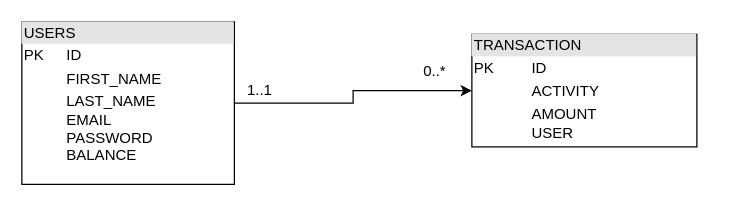
Above: assets/Banking App Database Design.drawio in gnikkoch96/Banking-Application (draw.io), before the change. Source tidied: cells renumbered, new cells numbered last; positions are measured from the earlier drawing's top-left corner, leaving out a move shared by most shapes. Both pictures are drawn from the tidied source at 125%, with x=0, y=0 at pixel (21, 21).
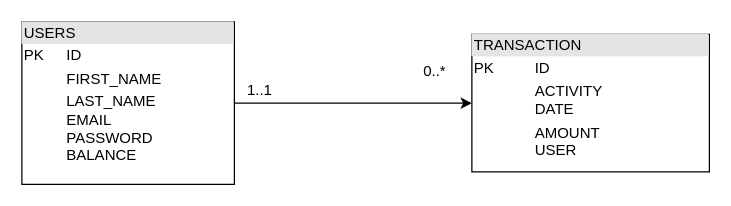
The same diagram, later.

What changed in the source:
```diff
@@
 <mxGraphModel>
   <root>
     <mxCell id="0" />
     <mxCell id="1" parent="0" />
     <mxCell id="2" style="edgeStyle=orthogonalEdgeStyle;rounded=0;jettySize=auto;html=1;entryX=0;entryY=0.5;entryDx=0;entryDy=0;" parent="1" edge="1" source="3" target="4">
       <mxGeometry relative="1" as="geometry" />
     </mxCell>
     <mxCell id="3" value="&lt;div style=&quot;box-sizing: border-box ; width: 100% ; background: #e4e4e4 ; padding: 2px&quot;&gt;USERS&lt;/div&gt;&lt;table style=&quot;width: 100% ; font-size: 1em&quot; cellpadding=&quot;2&quot; cellspacing=&quot;0&quot;&gt;&lt;tbody&gt;&lt;tr&gt;&lt;td&gt;PK&lt;/td&gt;&lt;td&gt;ID&lt;/td&gt;&lt;/tr&gt;&lt;tr&gt;&lt;td&gt;&lt;br&gt;&lt;/td&gt;&lt;td&gt;FIRST_NAME&lt;/td&gt;&lt;/tr&gt;&lt;tr&gt;&lt;td&gt;&lt;/td&gt;&lt;td&gt;LAST_NAME&lt;br&gt;EMAIL&lt;br&gt;PASSWORD&lt;br&gt;BALANCE&lt;br&gt;&lt;br&gt;&lt;/td&gt;&lt;/tr&gt;&lt;/tbody&gt;&lt;/table&gt;" style="verticalAlign=top;align=left;overflow=fill;html=1;" parent="1" vertex="1">
       <mxGeometry width="170" height="130" as="geometry" />
     </mxCell>
-    <mxCell id="4" value="&lt;div style=&quot;box-sizing: border-box ; width: 100% ; background: rgb(228 , 228 , 228) ; padding: 2px&quot;&gt;TRANSACTION&lt;/div&gt;&lt;table style=&quot;width: 100% ; font-size: 1em&quot; cellpadding=&quot;2&quot; cellspacing=&quot;0&quot;&gt;&lt;tbody&gt;&lt;tr&gt;&lt;td&gt;PK&lt;/td&gt;&lt;td&gt;ID&lt;/td&gt;&lt;/tr&gt;&lt;tr&gt;&lt;td&gt;&lt;br&gt;&lt;/td&gt;&lt;td&gt;ACTIVITY&lt;/td&gt;&lt;/tr&gt;&lt;tr&gt;&lt;td&gt;&lt;/td&gt;&lt;td&gt;AMOUNT&lt;br&gt;USER&lt;/td&gt;&lt;/tr&gt;&lt;/tbody&gt;&lt;/table&gt;" style="verticalAlign=top;align=left;overflow=fill;html=1;" parent="1" vertex="1">
-      <mxGeometry x="360" y="10" width="180" height="90" as="geometry" />
+    <mxCell id="4" value="&lt;div style=&quot;box-sizing: border-box ; width: 100% ; background: rgb(228 , 228 , 228) ; padding: 2px&quot;&gt;TRANSACTION&lt;/div&gt;&lt;table style=&quot;width: 100% ; font-size: 1em&quot; cellpadding=&quot;2&quot; cellspacing=&quot;0&quot;&gt;&lt;tbody&gt;&lt;tr&gt;&lt;td&gt;PK&lt;/td&gt;&lt;td&gt;ID&lt;/td&gt;&lt;/tr&gt;&lt;tr&gt;&lt;td&gt;&lt;br&gt;&lt;/td&gt;&lt;td&gt;ACTIVITY&lt;br&gt;DATE&lt;/td&gt;&lt;/tr&gt;&lt;tr&gt;&lt;td&gt;&lt;/td&gt;&lt;td&gt;AMOUNT&lt;br&gt;USER&lt;/td&gt;&lt;/tr&gt;&lt;/tbody&gt;&lt;/table&gt;" style="verticalAlign=top;align=left;overflow=fill;html=1;" parent="1" vertex="1">
+      <mxGeometry x="360" y="10" width="190" height="110" as="geometry" />
     </mxCell>
     <mxCell id="5" value="1..1" style="text;html=1;align=center;verticalAlign=middle;strokeColor=none;" parent="1" vertex="1">
       <mxGeometry x="170" y="45" width="40" height="20" as="geometry" />
     </mxCell>
     <mxCell id="6" value="0..*" style="text;html=1;align=center;verticalAlign=middle;strokeColor=none;" parent="1" vertex="1">
       <mxGeometry x="315" y="30" width="30" height="20" as="geometry" />
     </mxCell>
   </root>
 </mxGraphModel>
```
